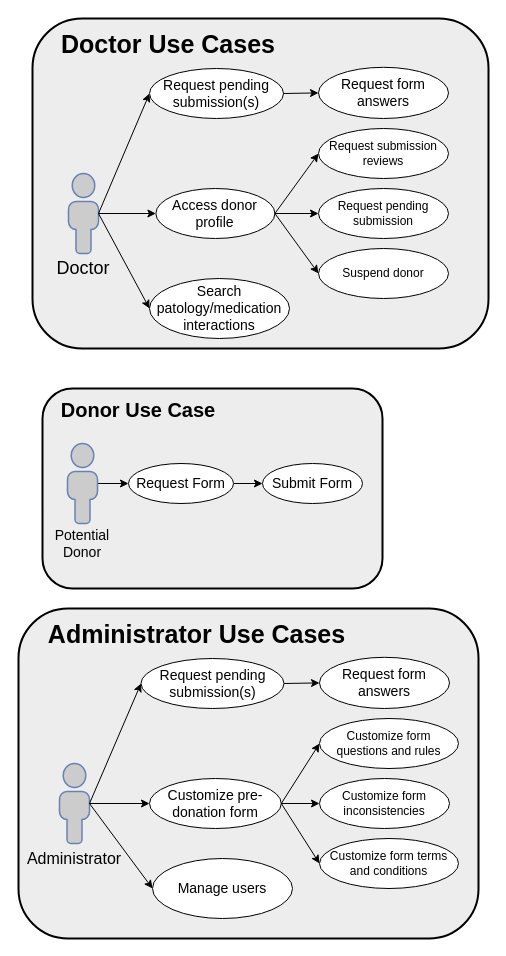
Earlier version of the draw.io diagram docs/report/figures/useCases.drawio (dadiva-team/dadiva-ipo). Source tidied: cells renumbered, new cells numbered last; positions are measured from the earlier drawing's top-left corner, leaving out a move shared by most shapes. Both pictures are drawn from the tidied source at 100%, with x=0, y=0 at pixel (18, 18).
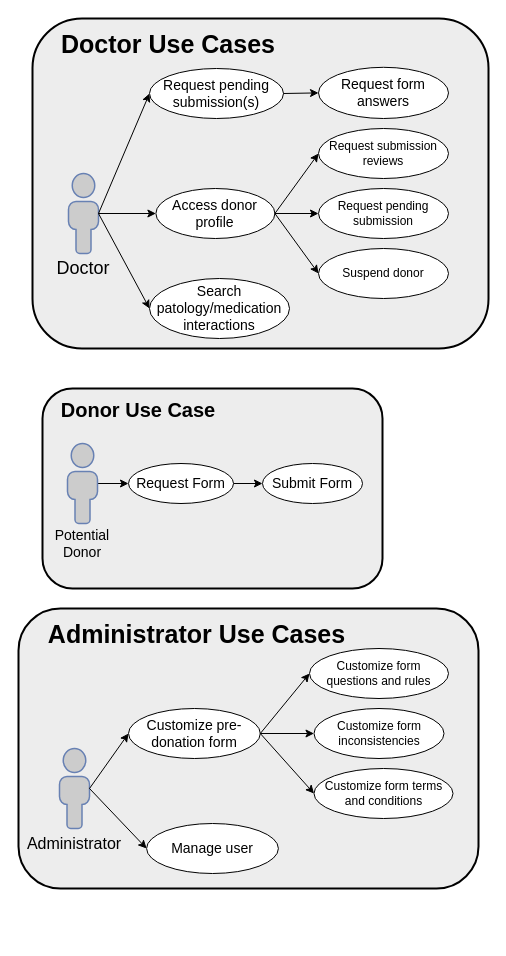
After the change.

Change to the diagram source:
```diff
@@
     <mxCell id="28" style="rounded=1;whiteSpace=wrap;html=1;strokeWidth=2;fillColor=#EDEDED;" parent="1" vertex="1">
-      <mxGeometry y="590" width="460" height="330" as="geometry" />
+      <mxGeometry y="590" width="460" height="280" as="geometry" />
     </mxCell>
     <mxCell id="29" style="fontColor=#0066CC;verticalAlign=top;verticalLabelPosition=bottom;labelPosition=center;align=center;html=1;outlineConnect=0;fillColor=#CCCCCC;strokeColor=#6881B3;gradientColor=none;gradientDirection=north;strokeWidth=2;shape=mxgraph.networks.user_male;" parent="1" vertex="1">
-      <mxGeometry x="41" y="745" width="30" height="80" as="geometry" />
+      <mxGeometry x="41" y="730" width="30" height="80" as="geometry" />
     </mxCell>
@@
-    <mxCell id="31" value="&lt;font style=&quot;font-size: 14px;&quot;&gt;Manage users&lt;/font&gt;" style="ellipse;whiteSpace=wrap;html=1;" parent="1" vertex="1">
-      <mxGeometry x="134" y="840" width="140" height="60" as="geometry" />
-    </mxCell>
     <mxCell id="32" value="&lt;font style=&quot;font-size: 16px;&quot;&gt;Administrator&lt;/font&gt;" style="text;html=1;align=center;verticalAlign=middle;whiteSpace=wrap;rounded=0;" parent="1" vertex="1">
-      <mxGeometry x="26" y="825" width="60" height="30" as="geometry" />
+      <mxGeometry x="26" y="810" width="60" height="30" as="geometry" />
     </mxCell>
-    <mxCell id="33" style="endArrow=classic;html=1;rounded=0;exitX=1;exitY=0.5;exitDx=0;exitDy=0;exitPerimeter=0;entryX=0;entryY=0.5;entryDx=0;entryDy=0;" parent="1" edge="1" source="29" target="31">
+    <mxCell id="33" style="endArrow=classic;html=1;rounded=0;exitX=1;exitY=0.5;exitDx=0;exitDy=0;exitPerimeter=0;entryX=0;entryY=0.5;entryDx=0;entryDy=0;" parent="1" edge="1" source="29" target="46">
       <mxGeometry relative="1" as="geometry" />
     </mxCell>
@@
-    <mxCell id="35" style="endArrow=classic;html=1;rounded=0;entryX=0;entryY=0.5;entryDx=0;entryDy=0;exitX=1;exitY=0.5;exitDx=0;exitDy=0;exitPerimeter=0;" parent="1" edge="1" source="29" target="37">
-      <mxGeometry relative="1" as="geometry" />
-    </mxCell>
     <mxCell id="36" value="&lt;font style=&quot;font-size: 14px;&quot;&gt;Customize pre-donation form&lt;/font&gt;" style="ellipse;whiteSpace=wrap;html=1;" parent="1" vertex="1">
-      <mxGeometry x="131" y="760" width="131.8" height="50" as="geometry" />
+      <mxGeometry x="110" y="690" width="131.8" height="50" as="geometry" />
     </mxCell>
-    <mxCell id="37" value="&lt;font style=&quot;font-size: 14px;&quot;&gt;Request pending submission(s)&lt;/font&gt;" style="ellipse;whiteSpace=wrap;html=1;" parent="1" vertex="1">
-      <mxGeometry x="122.5" y="640" width="143" height="50" as="geometry" />
-    </mxCell>
-    <mxCell id="38" value="&lt;font style=&quot;font-size: 14px;&quot;&gt;Request form answers&lt;/font&gt;" style="ellipse;whiteSpace=wrap;html=1;" parent="1" vertex="1">
-      <mxGeometry x="301" y="638.8" width="130" height="51.2" as="geometry" />
-    </mxCell>
-    <mxCell id="39" style="endArrow=classic;html=1;rounded=0;exitX=1;exitY=0.5;exitDx=0;exitDy=0;entryX=0;entryY=0.5;entryDx=0;entryDy=0;" parent="1" edge="1" source="37" target="38">
-      <mxGeometry relative="1" as="geometry" />
-    </mxCell>
     <mxCell id="40" value="Customize form questions and rules" style="ellipse;whiteSpace=wrap;html=1;" parent="1" vertex="1">
-      <mxGeometry x="301" y="700" width="139" height="50" as="geometry" />
+      <mxGeometry x="291" y="630" width="139" height="50" as="geometry" />
     </mxCell>
     <mxCell id="41" value="Customize form inconsistencies" style="ellipse;whiteSpace=wrap;html=1;" parent="1" vertex="1">
-      <mxGeometry x="301" y="760" width="130" height="50" as="geometry" />
+      <mxGeometry x="295.5" y="690" width="130" height="50" as="geometry" />
     </mxCell>
     <mxCell id="42" value="Customize form terms and conditions" style="ellipse;whiteSpace=wrap;html=1;" parent="1" vertex="1">
-      <mxGeometry x="301" y="820" width="139" height="50" as="geometry" />
+      <mxGeometry x="295.5" y="750" width="139" height="50" as="geometry" />
     </mxCell>
@@
+    <mxCell id="46" value="&lt;font style=&quot;font-size: 14px;&quot;&gt;Manage user&lt;/font&gt;" style="ellipse;whiteSpace=wrap;html=1;" parent="1" vertex="1">
+      <mxGeometry x="128.1" y="805" width="131.8" height="50" as="geometry" />
+    </mxCell>
```
